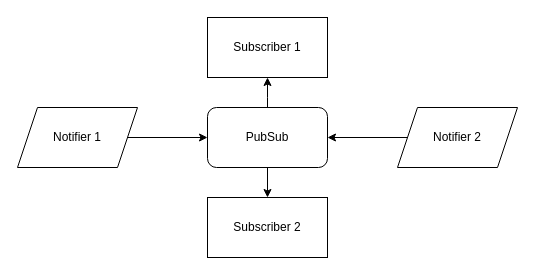
Above: v2/src/content/blog/js-patterns/pub-sub/pub-sub.drawio in sujeet-pro/legacy-personal-site (draw.io), before the change. Source tidied: cells renumbered, new cells numbered last; positions are measured from the earlier drawing's top-left corner, leaving out a move shared by most shapes. Both pictures are drawn from the tidied source at 100%, with x=0, y=0 at pixel (17, 17).
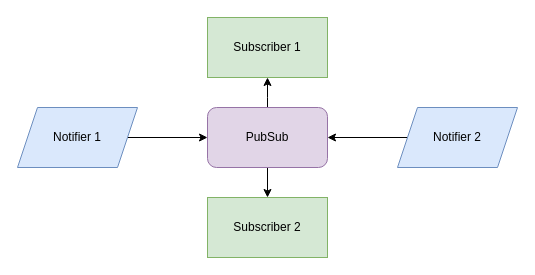
After the change.

Diff of the diagram source:
```diff
@@
 <mxGraphModel>
   <root>
     <mxCell id="0" />
     <mxCell id="1" parent="0" />
     <mxCell id="2" style="edgeStyle=orthogonalEdgeStyle;rounded=0;jettySize=auto;html=1;" parent="1" edge="1" source="4" target="5">
       <mxGeometry relative="1" as="geometry">
         <Array as="points">
           <mxPoint x="250" y="80" />
           <mxPoint x="250" y="80" />
         </Array>
       </mxGeometry>
     </mxCell>
     <mxCell id="3" style="edgeStyle=orthogonalEdgeStyle;rounded=0;jettySize=auto;html=1;entryX=0.5;entryY=0;entryDx=0;entryDy=0;" parent="1" edge="1" source="4" target="6">
       <mxGeometry relative="1" as="geometry" />
     </mxCell>
-    <mxCell id="4" value="PubSub" style="rounded=1;whiteSpace=wrap;html=1;" parent="1" vertex="1">
+    <mxCell id="4" value="PubSub" style="rounded=1;whiteSpace=wrap;html=1;fillColor=#e1d5e7;strokeColor=#9673a6;" parent="1" vertex="1">
       <mxGeometry x="190" y="90" width="120" height="60" as="geometry" />
     </mxCell>
-    <mxCell id="5" value="Subscriber 1" style="rounded=0;whiteSpace=wrap;html=1;" parent="1" vertex="1">
+    <mxCell id="5" value="Subscriber 1" style="rounded=0;whiteSpace=wrap;html=1;fillColor=#d5e8d4;strokeColor=#82b366;" parent="1" vertex="1">
       <mxGeometry x="190" width="120" height="60" as="geometry" />
     </mxCell>
-    <mxCell id="6" value="Subscriber 2" style="rounded=0;whiteSpace=wrap;html=1;" parent="1" vertex="1">
+    <mxCell id="6" value="Subscriber 2" style="rounded=0;whiteSpace=wrap;html=1;fillColor=#d5e8d4;strokeColor=#82b366;" parent="1" vertex="1">
       <mxGeometry x="190" y="180" width="120" height="60" as="geometry" />
     </mxCell>
     <mxCell id="7" style="edgeStyle=orthogonalEdgeStyle;rounded=0;jettySize=auto;html=1;exitX=1;exitY=0.5;exitDx=0;exitDy=0;" parent="1" edge="1" source="8" target="4">
       <mxGeometry relative="1" as="geometry" />
     </mxCell>
-    <mxCell id="8" value="Notifier 1" style="shape=parallelogram;perimeter=parallelogramPerimeter;whiteSpace=wrap;html=1;fixedSize=1;" parent="1" vertex="1">
+    <mxCell id="8" value="Notifier 1" style="shape=parallelogram;perimeter=parallelogramPerimeter;whiteSpace=wrap;html=1;fixedSize=1;fillColor=#dae8fc;strokeColor=#6c8ebf;" parent="1" vertex="1">
       <mxGeometry y="90" width="120" height="60" as="geometry" />
     </mxCell>
     <mxCell id="9" style="edgeStyle=orthogonalEdgeStyle;rounded=0;jettySize=auto;html=1;entryX=1;entryY=0.5;entryDx=0;entryDy=0;" parent="1" edge="1" source="10" target="4">
       <mxGeometry relative="1" as="geometry" />
     </mxCell>
-    <mxCell id="10" value="Notifier 2" style="shape=parallelogram;perimeter=parallelogramPerimeter;whiteSpace=wrap;html=1;fixedSize=1;" parent="1" vertex="1">
+    <mxCell id="10" value="Notifier 2" style="shape=parallelogram;perimeter=parallelogramPerimeter;whiteSpace=wrap;html=1;fixedSize=1;fillColor=#dae8fc;strokeColor=#6c8ebf;" parent="1" vertex="1">
       <mxGeometry x="380" y="90" width="120" height="60" as="geometry" />
     </mxCell>
   </root>
 </mxGraphModel>
```
